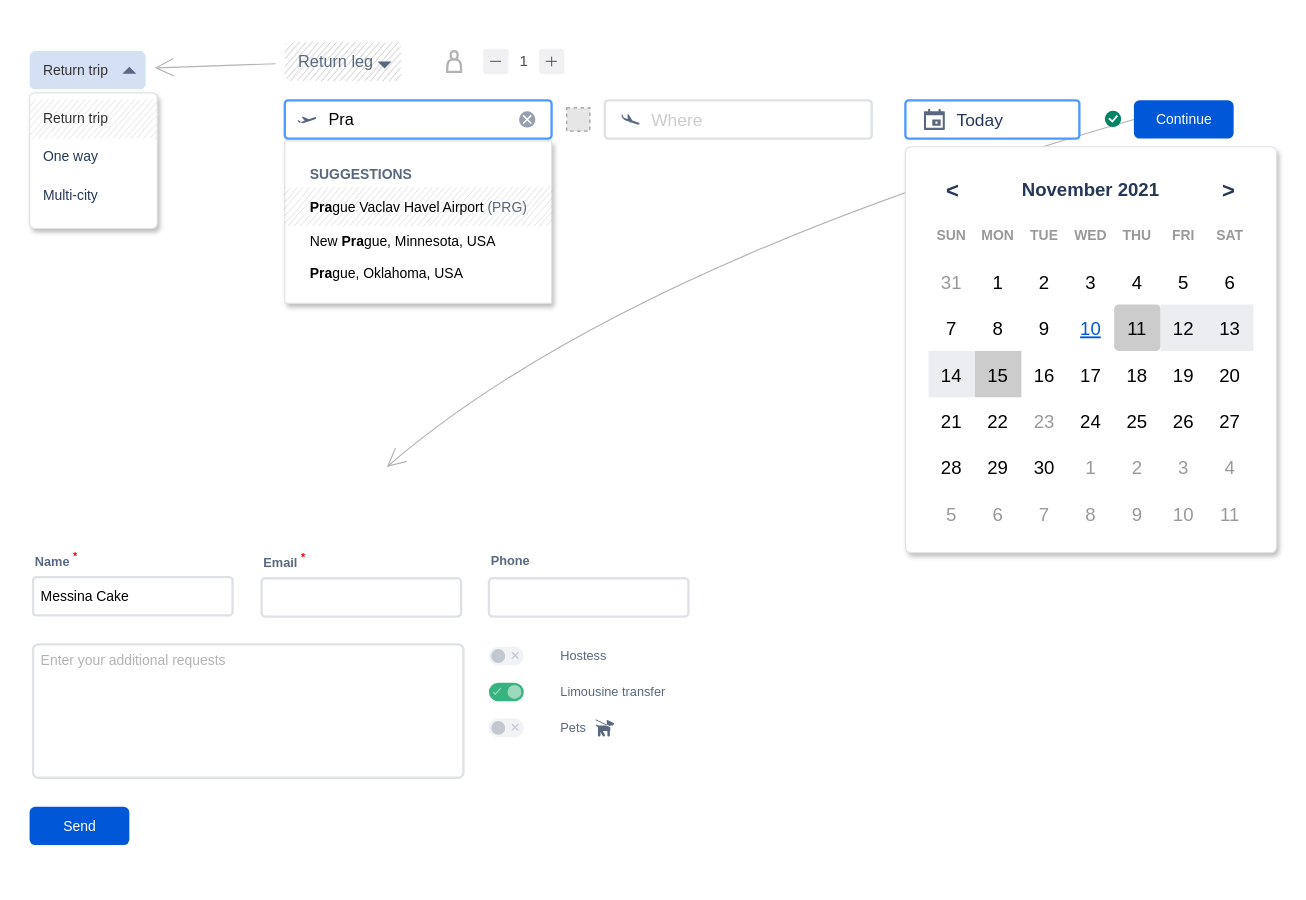
This is swj-form.drawio from notitguy/diagrams, a draw.io file, before an edit. Source tidied: cells renumbered, new cells numbered last; positions are measured from the earlier drawing's top-left corner, leaving out a move shared by most shapes. Both pictures are drawn from the tidied source at 116%, with x=0, y=0 at pixel (29, 42). Pictures stored in the file or linked from it are replaced by grey dashed boxes.
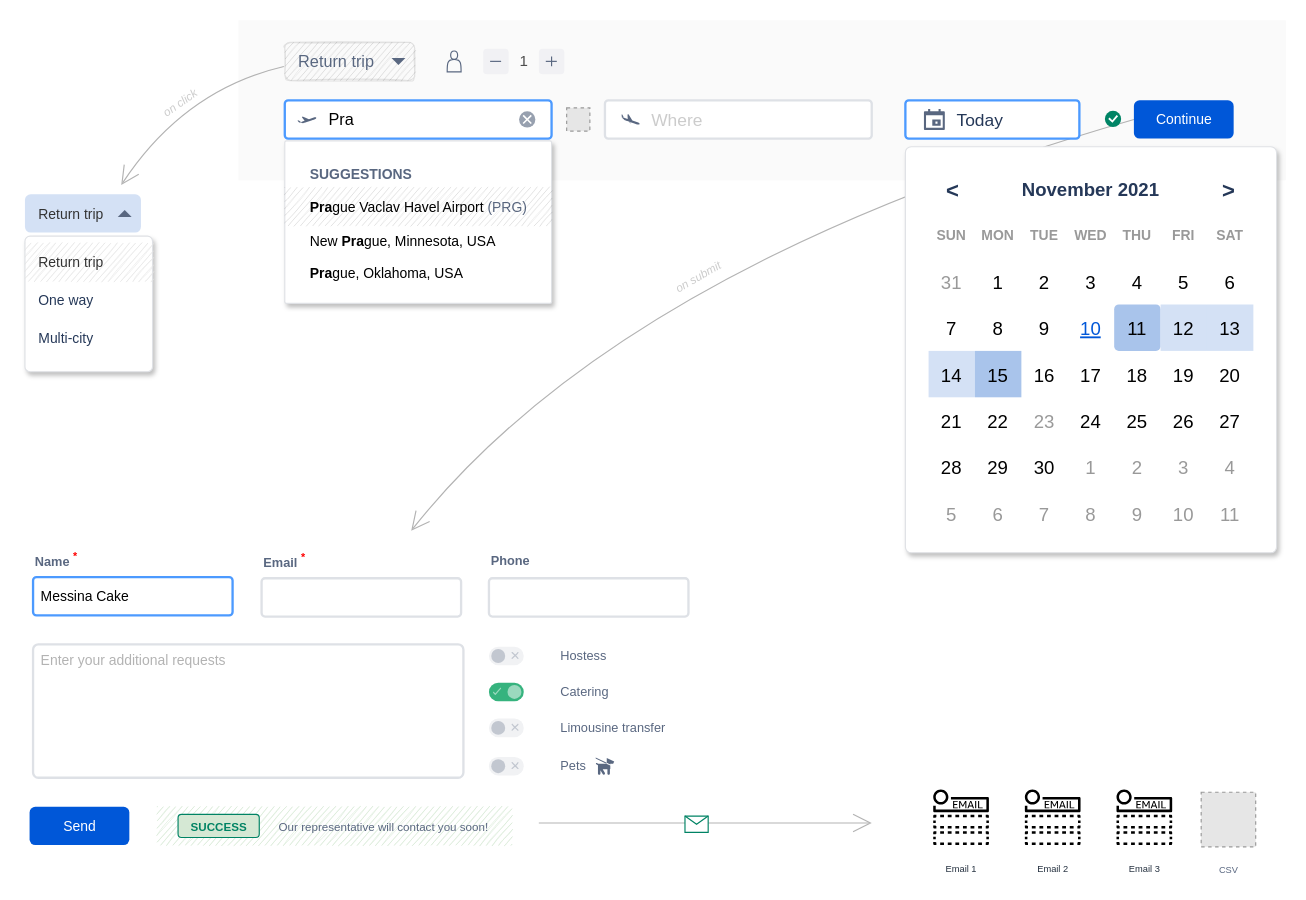
Above is the later version.

The change refers to these unchanged cells:
```xml
<mxCell id="23" value="Continue" style="rounded=1;fillColor=#0057D8;align=center;strokeColor=none;html=1;fontColor=#ffffff;fontSize=12;sketch=0;hachureGap=4;shadow=0;labelBackgroundColor=none;fontFamily=Helvetica;" parent="1" vertex="1">
  <mxGeometry x="952" y="50" width="86" height="33" as="geometry" />
</mxCell>
<mxCell id="28" style="shape=mxgraph.mockup.forms.rrect;rSize=5;strokeColor=#DFE1E5;fillColor=#ffffff;shadow=1;hachureGap=4;labelBackgroundColor=none;sketch=0;fontFamily=Helvetica;fontSize=15;fontColor=none;html=0;" parent="1" vertex="1">
  <mxGeometry x="755" y="90" width="320" height="350" as="geometry" />
</mxCell>
```

Diff of the diagram source:
```diff
@@
+    <mxCell id="106" style="rounded=0;whiteSpace=wrap;html=1;shadow=0;glass=0;labelBackgroundColor=none;sketch=0;hachureGap=4;fontFamily=Helvetica;fontSize=10;fontColor=#333333;strokeColor=none;strokeWidth=1;fillColor=#FAFAFA;gradientDirection=south;align=left;verticalAlign=middle;" parent="1" vertex="1">
+      <mxGeometry x="180" y="-19" width="903" height="138" as="geometry" />
+    </mxCell>
+    <mxCell id="107" style="rounded=0;fillColor=#D5E8D4;strokeColor=none;shadow=0;html=1;align=left;fontSize=12;spacingLeft=10;fontColor=#333333;sketch=1;hachureGap=4;fontFamily=Helvetica;fillStyle=auto;" parent="1" vertex="1">
+      <mxGeometry x="110" y="659" width="306" height="33" as="geometry" />
+    </mxCell>
@@
-    <mxCell id="7" value="&lt;b&gt;&lt;font color=&quot;#596780&quot;&gt;SUGGESTIONS&lt;/font&gt;&lt;/b&gt;&lt;div&gt;&lt;br&gt;&lt;div&gt;&lt;b&gt;Pra&lt;/b&gt;gue&amp;nbsp;Vaclav Havel Airport&amp;nbsp;&lt;font color=&quot;#596780&quot;&gt;(PRG)&lt;/font&gt;&lt;/div&gt;&lt;br&gt;&lt;div&gt;New &lt;b&gt;Pra&lt;/b&gt;gue, Minnesota, USA&lt;/div&gt;&lt;div&gt;&lt;br&gt;&lt;/div&gt;&lt;b&gt;Pra&lt;/b&gt;gue, Oklahoma, USA&lt;div&gt;&lt;/div&gt;&lt;/div&gt;" style="html=1;rounded=1;fillColor=#ffffff;strokeColor=#DFE1E5;fontSize=12;align=left;fontColor=#000000;shadow=1;arcSize=1;whiteSpace=wrap;spacing=2;verticalAlign=top;fontStyle=0;spacingLeft=20;spacingTop=15;sketch=0;hachureGap=4;fontFamily=Helvetica;" parent="1" vertex="1">
+    <mxCell id="7" value="&lt;b&gt;&lt;font color=&quot;#596780&quot;&gt;SUGGESTIONS&lt;/font&gt;&lt;/b&gt;&lt;div&gt;&lt;br&gt;&lt;div&gt;&lt;b&gt;Pra&lt;/b&gt;gue&amp;nbsp;Vaclav Havel Airport&amp;nbsp;&lt;font color=&quot;#596780&quot;&gt;(PRG)&lt;/font&gt;&lt;/div&gt;&lt;br&gt;&lt;div&gt;New &lt;b&gt;Pra&lt;/b&gt;gue, Minnesota, USA&lt;/div&gt;&lt;div&gt;&lt;br&gt;&lt;/div&gt;&lt;b&gt;Pra&lt;/b&gt;gue, Oklahoma, USA&lt;div&gt;&lt;/div&gt;&lt;/div&gt;" style="html=1;rounded=1;fillColor=default;strokeColor=#DFE1E5;fontSize=12;align=left;fontColor=#000000;shadow=1;arcSize=1;whiteSpace=wrap;spacing=2;verticalAlign=top;fontStyle=0;spacingLeft=20;spacingTop=15;sketch=0;hachureGap=4;fontFamily=Helvetica;" parent="1" vertex="1">
       <mxGeometry x="220" y="85" width="230" height="140" as="geometry" />
     </mxCell>
@@
-    <mxCell id="9" style="edgeStyle=none;curved=1;jettySize=auto;html=1;fontFamily=Helvetica;fontSize=13;fontColor=none;endArrow=open;startSize=14;endSize=14;sourcePerimeterSpacing=8;targetPerimeterSpacing=8;strokeColor=#B3B3B3;" parent="1" edge="1" source="10" target="12">
-      <mxGeometry relative="1" as="geometry" />
+    <mxCell id="9" style="edgeStyle=none;curved=1;jettySize=auto;html=1;fontFamily=Helvetica;fontSize=13;fontColor=none;endArrow=open;startSize=14;endSize=14;sourcePerimeterSpacing=8;targetPerimeterSpacing=8;strokeColor=#B3B3B3;exitX=-0.007;exitY=0.63;exitDx=0;exitDy=0;exitPerimeter=0;" parent="1" edge="1" source="10">
+      <mxGeometry relative="1" as="geometry">
+        <mxPoint x="79" y="123" as="targetPoint" />
+        <Array as="points">
+          <mxPoint x="133" y="41" />
+        </Array>
+      </mxGeometry>
     </mxCell>
-    <mxCell id="10" value="Return leg" style="rounded=1;fillColor=#CCCCCC;strokeColor=none;html=1;fontColor=#596780;align=left;fontSize=14;spacingLeft=10;sketch=1;hachureGap=4;fontFamily=Helvetica;shadow=0;" parent="1" vertex="1">
-      <mxGeometry x="220" width="100" height="33" as="geometry" />
+    <mxCell id="10" value="Return trip" style="rounded=1;fillColor=#000000;strokeColor=default;html=1;fontColor=#596780;align=left;fontSize=14;spacingLeft=10;sketch=1;hachureGap=4;fontFamily=Helvetica;shadow=0;opacity=10;" parent="1" vertex="1">
+      <mxGeometry x="220" width="112" height="33" as="geometry" />
     </mxCell>
     <mxCell id="11" style="shape=triangle;direction=south;fillColor=#596780;strokeColor=none;html=1;sketch=0;hachureGap=4;fontFamily=Architects Daughter;fontSize=20;" parent="10" vertex="1">
       <mxGeometry x="1" y="0.5" width="12" height="6" relative="1" as="geometry">
-        <mxPoint x="-20" as="offset" />
+        <mxPoint x="-20" y="-3" as="offset" />
       </mxGeometry>
     </mxCell>
     <mxCell id="12" value="&lt;font style=&quot;font-size: 12px&quot;&gt;Return trip&lt;/font&gt;" style="rounded=1;fillColor=#D4E1F5;strokeColor=none;html=1;fontColor=#333333;align=left;fontSize=14;spacingLeft=10;sketch=0;hachureGap=4;fontFamily=Helvetica;shadow=0;" parent="1" vertex="1">
-      <mxGeometry y="7.5" width="100" height="33" as="geometry" />
+      <mxGeometry x="-4" y="131" width="100" height="33" as="geometry" />
     </mxCell>
@@
     <mxCell id="14" style="rounded=1;fillColor=#ffffff;strokeColor=#DFE1E5;shadow=1;html=1;arcSize=4;sketch=0;hachureGap=4;fontFamily=Helvetica;fontSize=20;" parent="1" vertex="1">
-      <mxGeometry y="43.5" width="110" height="117" as="geometry" />
+      <mxGeometry x="-4" y="167" width="110" height="117" as="geometry" />
     </mxCell>
@@
-    <mxCell id="20" style="shape=actor;whiteSpace=wrap;html=1;hachureGap=4;shadow=0;labelBackgroundColor=none;sketch=0;fontFamily=Helvetica;fontSize=15;fontColor=none;strokeColor=#B3B3B3;strokeWidth=2;fillColor=none;gradientDirection=south;" parent="1" vertex="1">
+    <mxCell id="20" style="shape=actor;whiteSpace=wrap;html=1;hachureGap=4;shadow=0;labelBackgroundColor=none;sketch=0;fontFamily=Helvetica;fontSize=15;fontColor=none;strokeColor=#596780;strokeWidth=1;fillColor=none;gradientDirection=south;" parent="1" vertex="1">
       <mxGeometry x="360" y="7.5" width="12" height="18" as="geometry" />
     </mxCell>
@@
     <mxCell id="22" style="edgeStyle=none;curved=1;jettySize=auto;html=1;fontFamily=Helvetica;fontSize=13;fontColor=#596780;endArrow=open;startSize=14;endSize=14;sourcePerimeterSpacing=8;targetPerimeterSpacing=8;strokeColor=#B3B3B3;exitX=0;exitY=0.5;exitDx=0;exitDy=0;" parent="1" edge="1" source="23">
       <mxGeometry relative="1" as="geometry">
-        <mxPoint x="308" y="366" as="targetPoint" />
+        <mxPoint x="329" y="421" as="targetPoint" />
         <Array as="points">
           <mxPoint x="509" y="194" />
         </Array>
       </mxGeometry>
     </mxCell>
@@
-    <mxCell id="50" value="11" style="strokeColor=none;fillColor=#CCCCCC;fontColor=#000000;fontSize=16;rounded=1;arcSize=10;glass=0;shadow=0;" parent="28" vertex="1">
+    <mxCell id="50" value="11" style="strokeColor=none;fillColor=#A9C4EB;fontColor=#000000;fontSize=16;rounded=1;arcSize=10;glass=0;shadow=0;" parent="28" vertex="1">
       <mxGeometry x="180" y="136" width="40" height="40" as="geometry" />
     </mxCell>
-    <mxCell id="51" value="12" style="strokeColor=none;fillColor=#ECEDF0;fontColor=#000000;fontSize=16;" parent="28" vertex="1">
+    <mxCell id="51" value="12" style="strokeColor=none;fillColor=#D4E1F5;fontColor=#000000;fontSize=16;" parent="28" vertex="1">
       <mxGeometry x="220" y="136" width="40" height="40" as="geometry" />
     </mxCell>
-    <mxCell id="52" value="13" style="strokeColor=none;fillColor=#ECEDF0;fontColor=#000000;fontSize=16;" parent="28" vertex="1">
+    <mxCell id="52" value="13" style="strokeColor=none;fillColor=#D4E1F5;fontColor=#000000;fontSize=16;" parent="28" vertex="1">
       <mxGeometry x="260" y="136" width="40" height="40" as="geometry" />
     </mxCell>
-    <mxCell id="53" value="14" style="strokeColor=none;fillColor=#ECEDF0;fontColor=#000000;fontSize=16;" parent="28" vertex="1">
+    <mxCell id="53" value="14" style="strokeColor=none;fillColor=#D4E1F5;fontColor=#000000;fontSize=16;" parent="28" vertex="1">
       <mxGeometry x="20" y="176" width="40" height="40" as="geometry" />
     </mxCell>
-    <mxCell id="54" value="15" style="strokeColor=none;fillColor=#CCCCCC;fontColor=#000000;fontSize=16;" parent="28" vertex="1">
+    <mxCell id="54" value="15" style="strokeColor=none;fillColor=#A9C4EB;fontColor=#000000;fontSize=16;" parent="28" vertex="1">
       <mxGeometry x="60" y="176" width="40" height="40" as="geometry" />
     </mxCell>
@@
-    <mxCell id="86" value="Messina Cake" style="rounded=1;arcSize=9;align=left;spacingLeft=5;strokeColor=#DEE1E6;html=1;strokeWidth=2;fontSize=12;hachureGap=4;shadow=0;glass=0;labelBackgroundColor=none;sketch=0;fontFamily=Helvetica;fontColor=none;fillColor=none;gradientDirection=south;" parent="1" vertex="1">
+    <mxCell id="86" value="Messina Cake" style="rounded=1;arcSize=9;align=left;spacingLeft=5;strokeColor=#4C9AFF;html=1;strokeWidth=2;fontSize=12;hachureGap=4;shadow=0;glass=0;labelBackgroundColor=none;sketch=0;fontFamily=Helvetica;fontColor=none;fillColor=none;gradientDirection=south;" parent="1" vertex="1">
       <mxGeometry x="3" y="461" width="172" height="33" as="geometry" />
     </mxCell>
@@
-    <mxCell id="99" value="Limousine transfer" style="rounded=1;arcSize=10;fillColor=none;strokeColor=none;html=1;fontSize=11;align=left;fontColor=#596780;fontStyle=0;fontSize=11;sketch=0;hachureGap=4;fontFamily=Helvetica;shadow=0;glass=0;labelBackgroundColor=none;" parent="1" vertex="1">
+    <mxCell id="99" value="Catering" style="rounded=1;arcSize=10;fillColor=none;strokeColor=none;html=1;fontSize=11;align=left;fontColor=#596780;fontStyle=0;fontSize=11;sketch=0;hachureGap=4;fontFamily=Helvetica;shadow=0;glass=0;labelBackgroundColor=none;" parent="1" vertex="1">
       <mxGeometry x="456" y="550" width="95" height="20" as="geometry" />
     </mxCell>
@@
-    <mxCell id="103" value="Pets" style="rounded=1;arcSize=10;fillColor=none;strokeColor=none;html=1;fontSize=11;align=left;fontColor=#596780;fontStyle=0;fontSize=11;sketch=0;hachureGap=4;fontFamily=Helvetica;shadow=0;glass=0;labelBackgroundColor=none;" parent="1" vertex="1">
+    <mxCell id="103" value="Limousine transfer" style="rounded=1;arcSize=10;fillColor=none;strokeColor=none;html=1;fontSize=11;align=left;fontColor=#596780;fontStyle=0;fontSize=11;sketch=0;hachureGap=4;fontFamily=Helvetica;shadow=0;glass=0;labelBackgroundColor=none;" parent="1" vertex="1">
       <mxGeometry x="456" y="581" width="101" height="20" as="geometry" />
     </mxCell>
-    <mxCell id="104" style="shape=mxgraph.signs.animals.dog_on_leash;html=1;fillColor=#596780;strokeColor=none;verticalLabelPosition=bottom;verticalAlign=top;align=center;hachureGap=4;shadow=0;glass=0;labelBackgroundColor=none;sketch=0;fontFamily=Helvetica;fontSize=13;fontColor=#596780;" parent="1" vertex="1">
-      <mxGeometry x="488" y="583.5" width="16" height="15" as="geometry" />
-    </mxCell>
@@
+    <mxCell id="108" style="fillColor=#F1F2F4;strokeColor=none;rounded=1;arcSize=50;sketch=0;hachureGap=4;fontFamily=Architects Daughter;fontSize=20;shadow=0;glass=0;labelBackgroundColor=none;fontColor=#B3B3B3;html=0;" parent="1" vertex="1">
+      <mxGeometry x="396" y="616" width="30" height="16" as="geometry" />
+    </mxCell>
+    <mxCell id="109" style="shape=ellipse;strokeColor=none;fillColor=#C2C7D0;sketch=0;hachureGap=4;fontFamily=Architects Daughter;fontSize=20;" parent="108" vertex="1">
+      <mxGeometry y="0.5" width="12" height="12" relative="1" as="geometry">
+        <mxPoint x="2" y="-6" as="offset" />
+      </mxGeometry>
+    </mxCell>
+    <mxCell id="110" style="html=1;shadow=0;dashed=0;shape=mxgraph.atlassian.x;strokeColor=#C2C7D0;sketch=1;hachureGap=4;fontFamily=Architects Daughter;fontSize=20;" parent="108" vertex="1">
+      <mxGeometry x="1" y="0.5" width="5" height="5" relative="1" as="geometry">
+        <mxPoint x="-10" y="-3" as="offset" />
+      </mxGeometry>
+    </mxCell>
+    <mxCell id="111" style="shape=mxgraph.signs.animals.dog_on_leash;html=1;fillColor=#596780;strokeColor=none;verticalLabelPosition=bottom;verticalAlign=top;align=center;hachureGap=4;shadow=0;glass=0;labelBackgroundColor=none;sketch=0;fontFamily=Helvetica;fontSize=13;fontColor=#596780;" parent="1" vertex="1">
+      <mxGeometry x="488" y="616.5" width="16" height="15" as="geometry" />
+    </mxCell>
+    <mxCell id="112" value="Pets" style="rounded=1;arcSize=10;fillColor=none;strokeColor=none;html=1;fontSize=11;align=left;fontColor=#596780;fontStyle=0;fontSize=11;sketch=0;hachureGap=4;fontFamily=Helvetica;shadow=0;glass=0;labelBackgroundColor=none;" parent="1" vertex="1">
+      <mxGeometry x="456" y="614" width="101" height="20" as="geometry" />
+    </mxCell>
+    <mxCell id="113" value="SUCCESS" style="dashed=0;html=1;rounded=1;strokeColor=#008364;fontSize=10;align=center;fontStyle=1;strokeWidth=1;fontColor=#008364;hachureGap=4;shadow=0;glass=0;labelBackgroundColor=none;sketch=0;fontFamily=Helvetica;fillColor=#D5E8D4;gradientDirection=south;" parent="1" vertex="1">
+      <mxGeometry x="128" y="665.5" width="70" height="20" as="geometry" />
+    </mxCell>
+    <mxCell id="114" value="Our representative will contact you soon!" style="text;html=1;strokeColor=none;fillColor=none;align=center;verticalAlign=middle;whiteSpace=wrap;rounded=0;shadow=0;glass=0;labelBackgroundColor=none;sketch=0;hachureGap=4;fontFamily=Helvetica;fontSize=10;fontColor=#596780;" parent="1" vertex="1">
+      <mxGeometry x="209" y="665.5" width="193" height="20" as="geometry" />
+    </mxCell>
+    <mxCell id="115" style="endArrow=open;html=1;fontFamily=Helvetica;fontSize=13;fontColor=#596780;startSize=14;endSize=14;sourcePerimeterSpacing=8;targetPerimeterSpacing=8;strokeColor=#B3B3B3;rounded=1;" parent="1" edge="1">
+      <mxGeometry relative="1" as="geometry">
+        <mxPoint x="439" y="673" as="sourcePoint" />
+        <mxPoint x="726" y="673" as="targetPoint" />
+      </mxGeometry>
+    </mxCell>
+    <mxCell id="116" style="shape=message;html=1;fillColor=default;strokeColor=#008364;" parent="115" vertex="1">
+      <mxGeometry width="20" height="14" relative="1" as="geometry">
+        <mxPoint x="-18" y="-6" as="offset" />
+      </mxGeometry>
+    </mxCell>
+    <mxCell id="117" value="&lt;font style=&quot;font-size: 8px ; line-height: 100%&quot;&gt;Email 1&lt;/font&gt;" style="sketch=0;fontColor=#232F3E;gradientColor=none;strokeColor=none;fillColor=#ffffff;dashed=0;verticalLabelPosition=bottom;verticalAlign=top;align=center;html=1;fontSize=12;fontStyle=0;shape=mxgraph.aws4.resourceIcon;resIcon=mxgraph.aws4.email_notification;hachureGap=4;shadow=0;glass=0;labelBackgroundColor=none;fontFamily=Helvetica;" parent="1" vertex="1">
+      <mxGeometry x="773" y="638" width="60" height="60" as="geometry" />
+    </mxCell>
+    <mxCell id="118" value="&lt;font style=&quot;font-size: 8px ; line-height: 100%&quot;&gt;Email 2&lt;/font&gt;" style="sketch=0;fontColor=#232F3E;gradientColor=none;strokeColor=none;fillColor=#ffffff;dashed=0;verticalLabelPosition=bottom;verticalAlign=top;align=center;html=1;fontSize=12;fontStyle=0;shape=mxgraph.aws4.resourceIcon;resIcon=mxgraph.aws4.email_notification;hachureGap=4;shadow=0;glass=0;labelBackgroundColor=none;fontFamily=Helvetica;" parent="1" vertex="1">
+      <mxGeometry x="852" y="638" width="60" height="60" as="geometry" />
+    </mxCell>
+    <mxCell id="119" value="&lt;font style=&quot;font-size: 8px ; line-height: 100%&quot;&gt;Email 3&lt;/font&gt;" style="sketch=0;fontColor=#232F3E;gradientColor=none;strokeColor=none;fillColor=#ffffff;dashed=0;verticalLabelPosition=bottom;verticalAlign=top;align=center;html=1;fontSize=12;fontStyle=0;shape=mxgraph.aws4.resourceIcon;resIcon=mxgraph.aws4.email_notification;hachureGap=4;shadow=0;glass=0;labelBackgroundColor=none;fontFamily=Helvetica;" parent="1" vertex="1">
+      <mxGeometry x="931" y="638" width="60" height="60" as="geometry" />
+    </mxCell>
+    <mxCell id="120" style="fillColor=#E6E6E6;strokeColor=#999999;dashed=1;html=1;verticalAlign=top;verticalLabelPosition=bottom;labelBackgroundColor=#ffffff;fontFamily=Helvetica;fontSize=10;fontColor=#596780;" parent="1" vertex="1">
+      <mxGeometry x="1010" y="646.5" width="47" height="47" as="geometry" />
+    </mxCell>
+    <mxCell id="121" value="&lt;font style=&quot;font-size: 8px&quot;&gt;CSV&lt;/font&gt;" style="text;html=1;strokeColor=none;fillColor=none;align=center;verticalAlign=middle;whiteSpace=wrap;rounded=0;shadow=0;glass=0;labelBackgroundColor=none;sketch=0;hachureGap=4;fontFamily=Helvetica;fontSize=10;fontColor=#596780;" parent="1" vertex="1">
+      <mxGeometry x="1013.5" y="703" width="40" height="20" as="geometry" />
+    </mxCell>
+    <mxCell id="122" value="on click" style="text;html=1;strokeColor=none;fillColor=none;align=center;verticalAlign=middle;whiteSpace=wrap;rounded=0;shadow=0;glass=0;labelBackgroundColor=none;sketch=0;hachureGap=4;fontFamily=Helvetica;fontSize=10;fontColor=#CCCCCC;fontStyle=2;rotation=-35;" parent="1" vertex="1">
+      <mxGeometry x="110" y="42" width="40" height="20" as="geometry" />
+    </mxCell>
+    <mxCell id="123" value="on submit" style="text;html=1;strokeColor=none;fillColor=none;align=center;verticalAlign=middle;whiteSpace=wrap;rounded=0;shadow=0;glass=0;labelBackgroundColor=none;sketch=0;hachureGap=4;fontFamily=Helvetica;fontSize=10;fontColor=#CCCCCC;fontStyle=2;rotation=-30;" parent="1" vertex="1">
+      <mxGeometry x="550.1" y="191.8" width="53" height="20" as="geometry" />
+    </mxCell>
```
